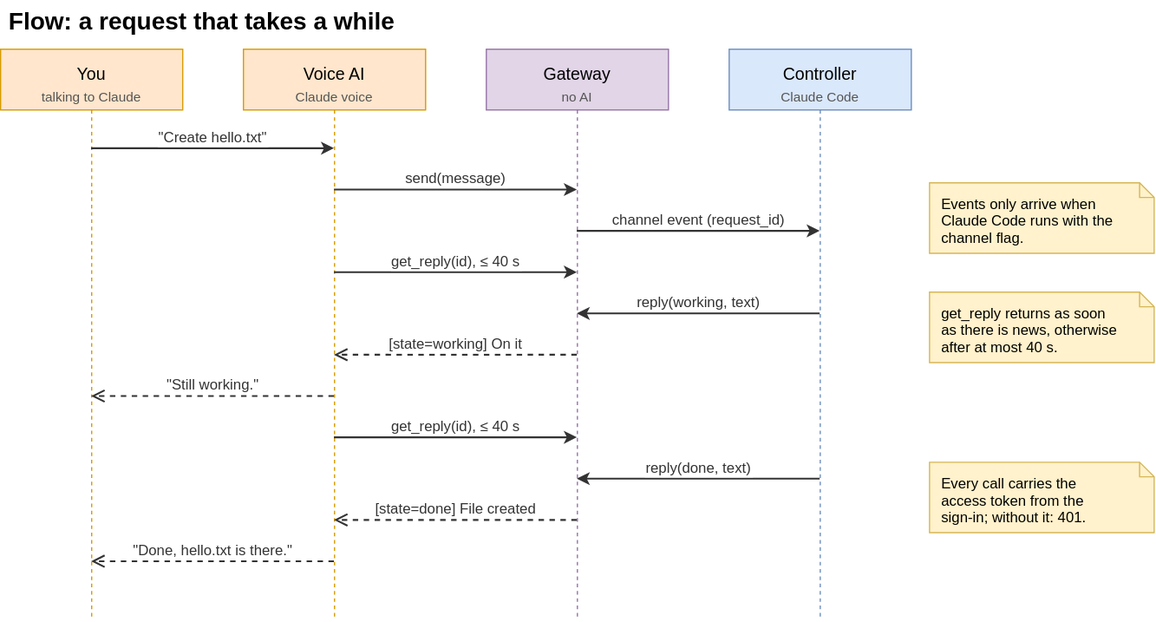
Before: docs/request-flow.drawio.svg, a diagram exported from draw.io (alderg/cc-voice-gateway). Source tidied: cells renumbered, new cells last; positions are measured from the earlier drawing's top-left corner, leaving out a move shared by most shapes.
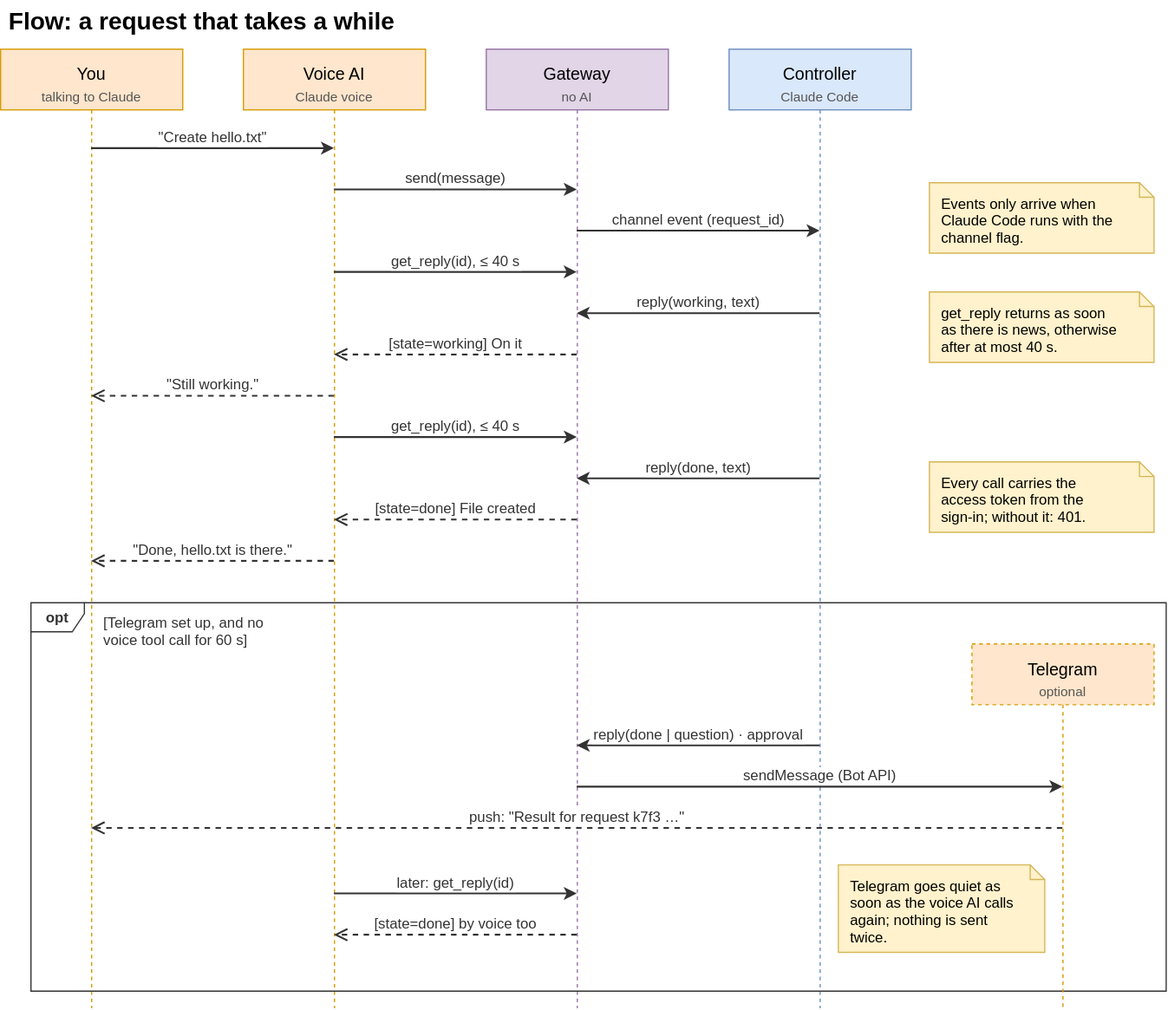
After the commit.

Commit message:
README and diagrams: the optional Telegram fallback

Diff of the diagram source:
```diff
@@ -6,29 +6,44 @@
       <mxGeometry x="5" width="920" height="30" as="geometry" />
     </mxCell>
     <mxCell id="3" value="You" style="shape=umlLifeline;perimeter=lifelinePerimeter;size=50;html=0;fontSize=14;fillColor=#ffe6cc;strokeColor=#d79b00;verticalAlign=top;spacingTop=6.5;" parent="1" vertex="1">
-      <mxGeometry y="40" width="150" height="470" as="geometry" />
+      <mxGeometry y="40" width="150" height="790" as="geometry" />
     </mxCell>
     <mxCell id="4" value="talking to Claude" style="text;html=0;fontSize=11;fontColor=#555555;align=center;verticalAlign=top;spacing=0;strokeColor=none;fillColor=none;" parent="3" vertex="1">
       <mxGeometry y="28.3" width="150" height="13.2" as="geometry" />
     </mxCell>
     <mxCell id="5" value="Voice AI" style="shape=umlLifeline;perimeter=lifelinePerimeter;size=50;html=0;fontSize=14;fillColor=#ffe6cc;strokeColor=#d79b00;verticalAlign=top;spacingTop=6.5;" parent="1" vertex="1">
-      <mxGeometry x="200" y="40" width="150" height="470" as="geometry" />
+      <mxGeometry x="200" y="40" width="150" height="790" as="geometry" />
     </mxCell>
     <mxCell id="6" value="Claude voice" style="text;html=0;fontSize=11;fontColor=#555555;align=center;verticalAlign=top;spacing=0;strokeColor=none;fillColor=none;" parent="5" vertex="1">
       <mxGeometry y="28.3" width="150" height="13.2" as="geometry" />
     </mxCell>
     <mxCell id="7" value="Gateway" style="shape=umlLifeline;perimeter=lifelinePerimeter;size=50;html=0;fontSize=14;fillColor=#e1d5e7;strokeColor=#9673a6;verticalAlign=top;spacingTop=6.5;" parent="1" vertex="1">
-      <mxGeometry x="400" y="40" width="150" height="470" as="geometry" />
+      <mxGeometry x="400" y="40" width="150" height="790" as="geometry" />
     </mxCell>
     <mxCell id="8" value="no AI" style="text;html=0;fontSize=11;fontColor=#555555;align=center;verticalAlign=top;spacing=0;strokeColor=none;fillColor=none;" parent="7" vertex="1">
       <mxGeometry y="28.3" width="150" height="13.2" as="geometry" />
     </mxCell>
     <mxCell id="9" value="Controller" style="shape=umlLifeline;perimeter=lifelinePerimeter;size=50;html=0;fontSize=14;fillColor=#dae8fc;strokeColor=#6c8ebf;verticalAlign=top;spacingTop=6.5;" parent="1" vertex="1">
-      <mxGeometry x="600" y="40" width="150" height="470" as="geometry" />
+      <mxGeometry x="600" y="40" width="150" height="790" as="geometry" />
     </mxCell>
     <mxCell id="10" value="Claude Code" style="text;html=0;fontSize=11;fontColor=#555555;align=center;verticalAlign=top;spacing=0;strokeColor=none;fillColor=none;" parent="9" vertex="1">
       <mxGeometry y="28.3" width="150" height="13.2" as="geometry" />
     </mxCell>
+    <mxCell id="25" value="opt" style="shape=umlFrame;html=0;fontSize=12;fontStyle=1;width=44;height=24;strokeColor=#333333;fillColor=none;fontColor=#333333;" parent="1" vertex="1">
+      <mxGeometry x="25" y="496" width="935" height="320" as="geometry" />
+    </mxCell>
+    <mxCell id="26" value="[Telegram set up, and no&#10;voice tool call for 60 s]" style="text;html=0;fontSize=12;align=left;verticalAlign=top;spacingTop=3;strokeColor=none;fillColor=none;fontColor=#333333;" parent="1" vertex="1">
+      <mxGeometry x="83" y="496" width="180" height="36" as="geometry" />
+    </mxCell>
+    <mxCell id="27" value="Telegram" style="shape=umlLifeline;perimeter=lifelinePerimeter;size=50;html=0;fontSize=14;fillColor=#ffe6cc;strokeColor=#d79b00;verticalAlign=top;spacingTop=6.5;dashed=1;" parent="1" vertex="1">
+      <mxGeometry x="800" y="530" width="150" height="300" as="geometry" />
+    </mxCell>
+    <mxCell id="28" value="optional" style="text;html=0;fontSize=11;fontColor=#555555;align=center;verticalAlign=top;spacing=0;strokeColor=none;fillColor=none;" parent="27" vertex="1">
+      <mxGeometry y="28.3" width="150" height="13.2" as="geometry" />
+    </mxCell>
+    <mxCell id="29" value="Telegram goes quiet as&#10;soon as the voice AI calls&#10;again; nothing is sent&#10;twice." style="shape=note;size=12;html=0;fontSize=12;align=left;verticalAlign=top;spacingLeft=8;spacingTop=4;fillColor=#fff2cc;strokeColor=#d6b656;" parent="1" vertex="1">
+      <mxGeometry x="690" y="712" width="170" height="72" as="geometry" />
+    </mxCell>
     <mxCell id="11" value="Events only arrive when&#10;Claude Code runs with the&#10;channel flag." style="shape=note;size=12;html=0;fontSize=12;align=left;verticalAlign=top;spacingLeft=8;spacingTop=4;fillColor=#fff2cc;strokeColor=#d6b656;" parent="1" vertex="1">
       <mxGeometry x="765" y="150" width="185" height="58" as="geometry" />
     </mxCell>
@@ -115,5 +130,40 @@
         <mxPoint y="-10" as="offset" />
       </mxGeometry>
     </mxCell>
+    <mxCell id="30" value="reply(done | question) · approval" style="edgeStyle=none;rounded=0;html=0;endArrow=classic;endFill=1;startArrow=none;strokeColor=#333333;strokeWidth=1.5;fontSize=12;fontColor=#333333;labelBackgroundColor=#ffffff;" parent="1" edge="1">
+      <mxGeometry relative="1" as="geometry">
+        <mxPoint x="675" y="614" as="sourcePoint" />
+        <mxPoint x="475" y="614" as="targetPoint" />
+        <mxPoint y="-10" as="offset" />
+      </mxGeometry>
+    </mxCell>
+    <mxCell id="31" value="sendMessage (Bot API)" style="edgeStyle=none;rounded=0;html=0;endArrow=classic;endFill=1;startArrow=none;strokeColor=#333333;strokeWidth=1.5;fontSize=12;fontColor=#333333;labelBackgroundColor=#ffffff;" parent="1" edge="1">
+      <mxGeometry relative="1" as="geometry">
+        <mxPoint x="475" y="648" as="sourcePoint" />
+        <mxPoint x="875" y="648" as="targetPoint" />
+        <mxPoint y="-10" as="offset" />
+      </mxGeometry>
+    </mxCell>
+    <mxCell id="32" value="push: &quot;Result for request k7f3 …&quot;" style="edgeStyle=none;rounded=0;html=0;endArrow=open;endFill=0;endSize=8;startArrow=none;strokeColor=#333333;strokeWidth=1.5;fontSize=12;fontColor=#333333;labelBackgroundColor=#ffffff;dashed=1;" parent="1" edge="1">
+      <mxGeometry relative="1" as="geometry">
+        <mxPoint x="875" y="682" as="sourcePoint" />
+        <mxPoint x="75" y="682" as="targetPoint" />
+        <mxPoint y="-10" as="offset" />
+      </mxGeometry>
+    </mxCell>
+    <mxCell id="33" value="later: get_reply(id)" style="edgeStyle=none;rounded=0;html=0;endArrow=classic;endFill=1;startArrow=none;strokeColor=#333333;strokeWidth=1.5;fontSize=12;fontColor=#333333;labelBackgroundColor=#ffffff;" parent="1" edge="1">
+      <mxGeometry relative="1" as="geometry">
+        <mxPoint x="275" y="736" as="sourcePoint" />
+        <mxPoint x="475" y="736" as="targetPoint" />
+        <mxPoint y="-10" as="offset" />
+      </mxGeometry>
+    </mxCell>
+    <mxCell id="34" value="[state=done] by voice too" style="edgeStyle=none;rounded=0;html=0;endArrow=open;endFill=0;endSize=8;startArrow=none;strokeColor=#333333;strokeWidth=1.5;fontSize=12;fontColor=#333333;labelBackgroundColor=#ffffff;dashed=1;" parent="1" edge="1">
+      <mxGeometry relative="1" as="geometry">
+        <mxPoint x="475" y="770" as="sourcePoint" />
+        <mxPoint x="275" y="770" as="targetPoint" />
+        <mxPoint y="-10" as="offset" />
+      </mxGeometry>
+    </mxCell>
   </root>
 </mxGraphModel>
```
